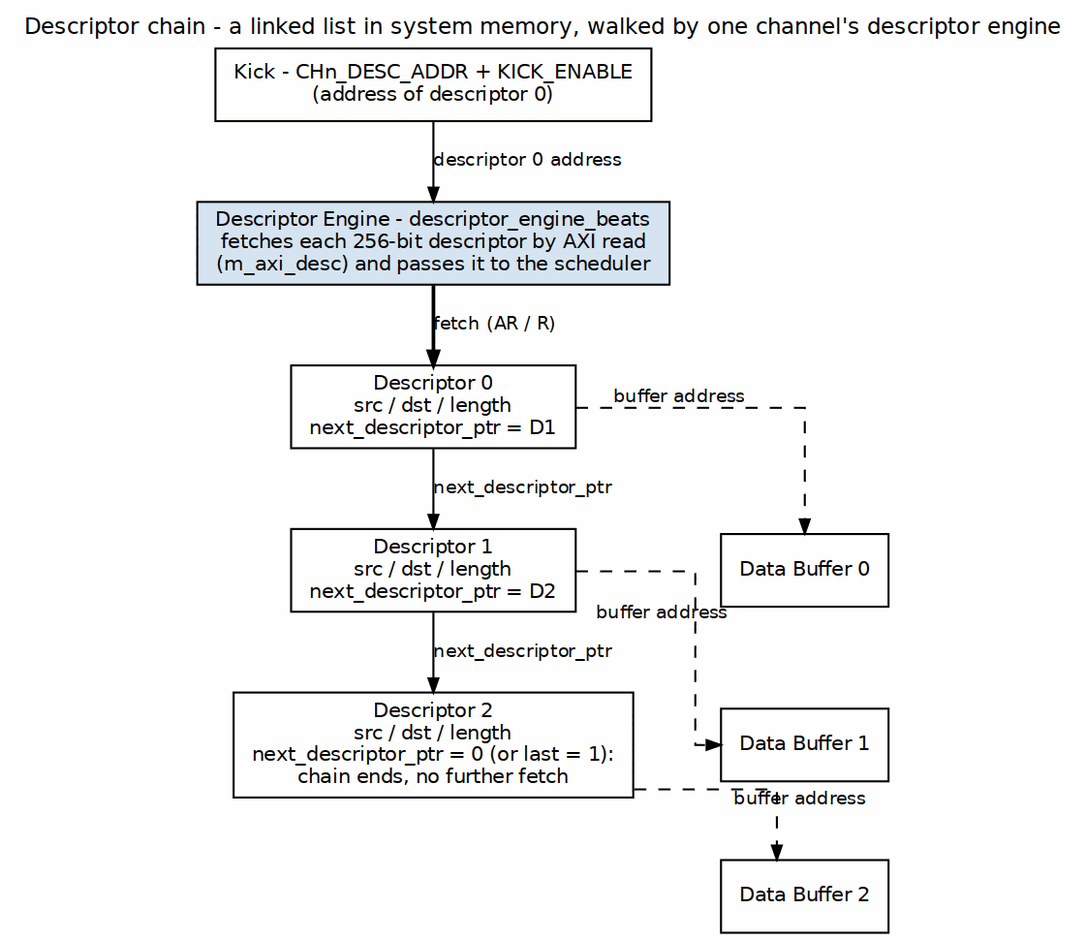
Above: projects/components/dma-ip/rapids/docs/rapids_beats_has/assets/graphviz/ch04_chain_structure.png in sean-galloway/RTLDesignSherpa (Graphviz), before the change. Its source is kept beside it as projects/components/dma-ip/rapids/docs/rapids_beats_has/assets/graphviz/ch04_chain_structure.dot. Source of this version:
```dot
digraph rapids_beats_chain_structure {
    graph [rankdir=TB, bgcolor="white", fontname="Helvetica", fontsize=11,
           nodesep="0.60", ranksep="0.40", splines=ortho,
           label="Descriptor chain - a linked list in system memory, walked by one channel's descriptor engine",
           labelloc=t, labeljust=c];
    node  [fontname="Helvetica", fontsize=10, shape=box, style=filled,
           fillcolor="#D6E4F0", color="black", margin="0.12,0.06"];
    edge  [fontname="Helvetica", fontsize=9, color="black", arrowsize=0.7];

    kick [label="Kick - CHn_DESC_ADDR + KICK_ENABLE\n(address of descriptor 0)", fillcolor="white", group=C];
    de   [label="Descriptor Engine - descriptor_engine_beats\nfetches each 256-bit descriptor by AXI read\n(m_axi_desc) and passes it to the scheduler", group=C];
    d0 [label="Descriptor 0\nsrc / dst / length\nnext_descriptor_ptr = D1", fillcolor="white", group=C];
    d1 [label="Descriptor 1\nsrc / dst / length\nnext_descriptor_ptr = D2", fillcolor="white", group=C];
    d2 [label="Descriptor 2\nsrc / dst / length\nnext_descriptor_ptr = 0 (or last = 1):\nchain ends, no further fetch", fillcolor="white", group=C];
    b0 [label="Data Buffer 0", fillcolor="white", group=B];
    b1 [label="Data Buffer 1", fillcolor="white", group=B];
    b2 [label="Data Buffer 2", fillcolor="white", group=B];

    kick -> de [label="descriptor 0 address"];
    de -> d0 [label="fetch (AR / R)", penwidth=1.8];
    d0 -> d1 [label="next_descriptor_ptr"];
    d1 -> d2 [label="next_descriptor_ptr"];
    d0 -> b0 [style=dashed, xlabel="buffer address"];
    d1 -> b1 [style=dashed, xlabel="buffer address"];
    d2 -> b2 [style=dashed, xlabel="buffer address"];
    b0 -> b1 -> b2 [style=invis, weight=5];
    { rank=same; d1; b0; }
    { rank=same; d2; b1; }
}
```
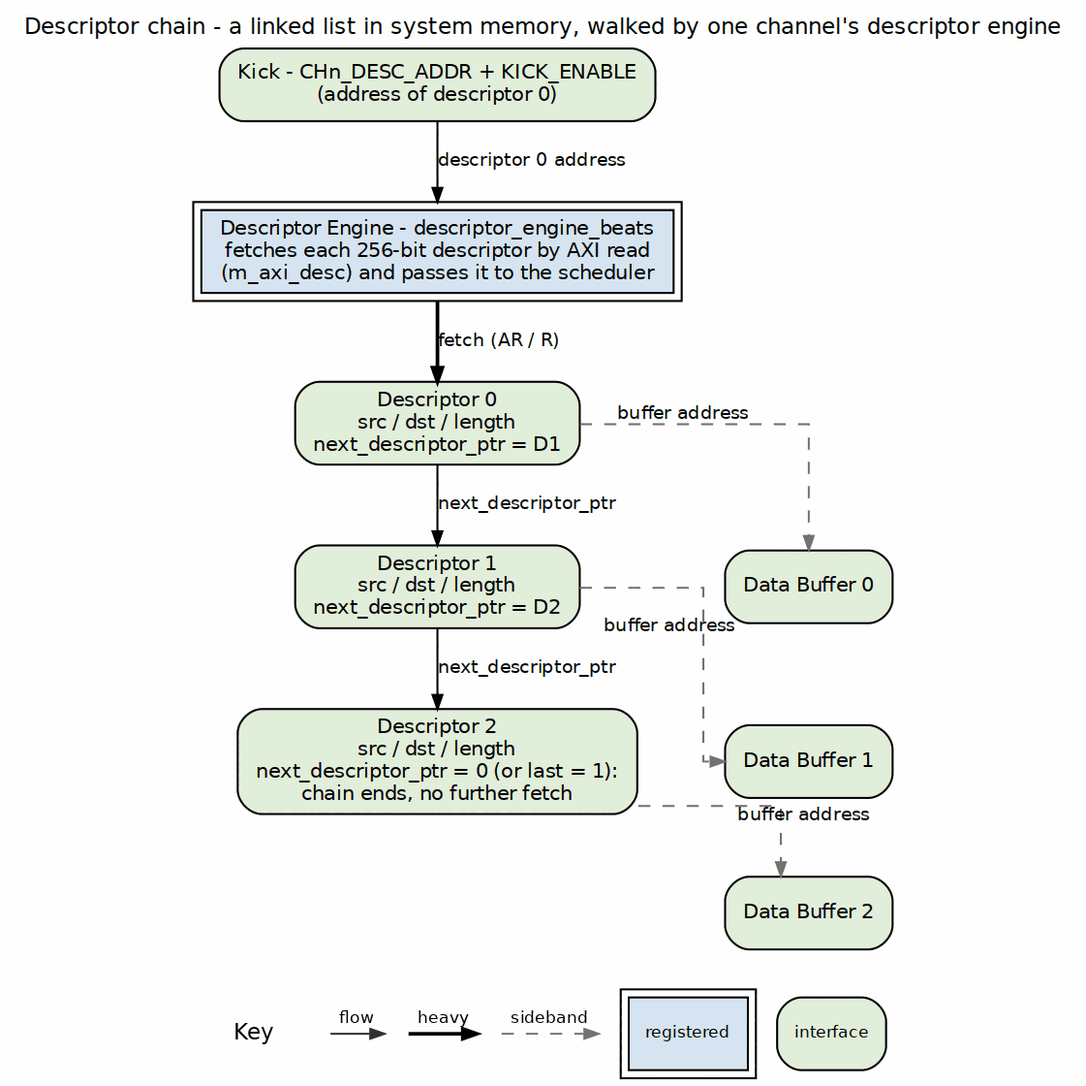
The same file after the commit.

The edit, as a diff of the source:
```diff
@@ -4,25 +4,25 @@
            label="Descriptor chain - a linked list in system memory, walked by one channel's descriptor engine",
            labelloc=t, labeljust=c];
     node  [fontname="Helvetica", fontsize=10, shape=box, style=filled,
-           fillcolor="#D6E4F0", color="black", margin="0.12,0.06"];
+           fillcolor="white", color="black", margin="0.12,0.06"];
     edge  [fontname="Helvetica", fontsize=9, color="black", arrowsize=0.7];
 
-    kick [label="Kick - CHn_DESC_ADDR + KICK_ENABLE\n(address of descriptor 0)", fillcolor="white", group=C];
-    de   [label="Descriptor Engine - descriptor_engine_beats\nfetches each 256-bit descriptor by AXI read\n(m_axi_desc) and passes it to the scheduler", group=C];
-    d0 [label="Descriptor 0\nsrc / dst / length\nnext_descriptor_ptr = D1", fillcolor="white", group=C];
-    d1 [label="Descriptor 1\nsrc / dst / length\nnext_descriptor_ptr = D2", fillcolor="white", group=C];
-    d2 [label="Descriptor 2\nsrc / dst / length\nnext_descriptor_ptr = 0 (or last = 1):\nchain ends, no further fetch", fillcolor="white", group=C];
-    b0 [label="Data Buffer 0", fillcolor="white", group=B];
-    b1 [label="Data Buffer 1", fillcolor="white", group=B];
-    b2 [label="Data Buffer 2", fillcolor="white", group=B];
+    kick [label="Kick - CHn_DESC_ADDR + KICK_ENABLE\n(address of descriptor 0)", fillcolor="white", group=C, style="rounded,filled", fillcolor="#E2EFDA"];
+    de   [label="Descriptor Engine - descriptor_engine_beats\nfetches each 256-bit descriptor by AXI read\n(m_axi_desc) and passes it to the scheduler", group=C, peripheries=2, style="filled", fillcolor="#D6E4F0"];
+    d0 [label="Descriptor 0\nsrc / dst / length\nnext_descriptor_ptr = D1", fillcolor="white", group=C, style="rounded,filled", fillcolor="#E2EFDA"];
+    d1 [label="Descriptor 1\nsrc / dst / length\nnext_descriptor_ptr = D2", fillcolor="white", group=C, style="rounded,filled", fillcolor="#E2EFDA"];
+    d2 [label="Descriptor 2\nsrc / dst / length\nnext_descriptor_ptr = 0 (or last = 1):\nchain ends, no further fetch", fillcolor="white", group=C, style="rounded,filled", fillcolor="#E2EFDA"];
+    b0 [label="Data Buffer 0", fillcolor="white", group=B, style="rounded,filled", fillcolor="#E2EFDA"];
+    b1 [label="Data Buffer 1", fillcolor="white", group=B, style="rounded,filled", fillcolor="#E2EFDA"];
+    b2 [label="Data Buffer 2", fillcolor="white", group=B, style="rounded,filled", fillcolor="#E2EFDA"];
 
     kick -> de [label="descriptor 0 address"];
     de -> d0 [label="fetch (AR / R)", penwidth=1.8];
     d0 -> d1 [label="next_descriptor_ptr"];
     d1 -> d2 [label="next_descriptor_ptr"];
-    d0 -> b0 [style=dashed, xlabel="buffer address"];
-    d1 -> b1 [style=dashed, xlabel="buffer address"];
-    d2 -> b2 [style=dashed, xlabel="buffer address"];
+    d0 -> b0 [style=dashed, color="#777777", xlabel="buffer address"];
+    d1 -> b1 [style=dashed, color="#777777", xlabel="buffer address"];
+    d2 -> b2 [style=dashed, color="#777777", xlabel="buffer address"];
     b0 -> b1 -> b2 [style=invis, weight=5];
     { rank=same; d1; b0; }
     { rank=same; d2; b1; }
```
